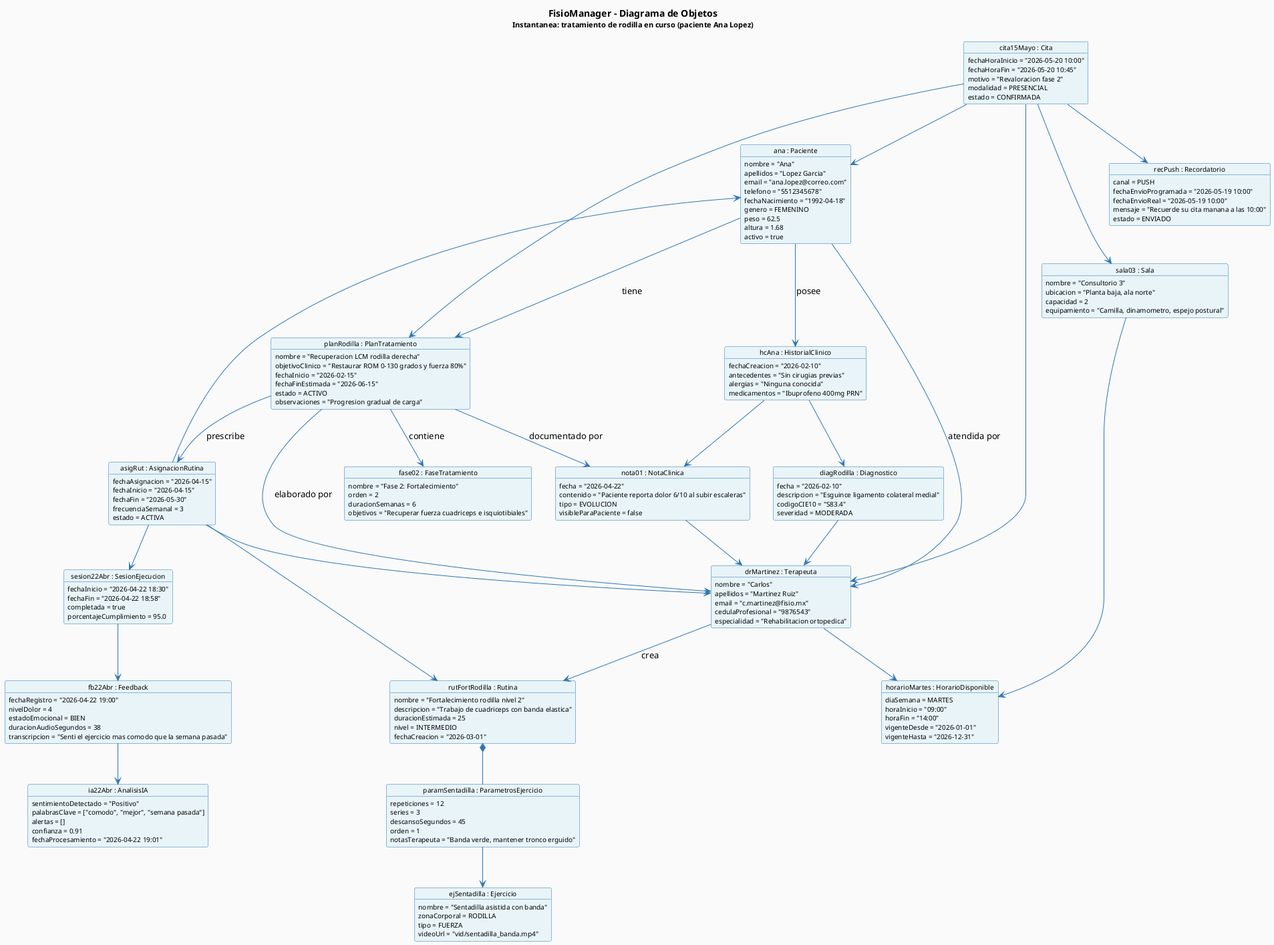
Earlier version of the PlantUML export proyFisioManager/ModAnalisis/figuras/FisioManager_DiagramaObjetos.png (xiomj29/FisioManager-doc). Source of this version:
```plantuml
@startuml FisioManager_DiagramaObjetos


skinparam backgroundColor #FAFAFA
skinparam objectBackgroundColor #E8F4F8
skinparam objectBorderColor #2E75B6
skinparam objectArrowColor #2E75B6
skinparam objectFontName Arial
skinparam objectFontSize 11
skinparam objectAttributeFontSize 10

title <b>FisioManager - Diagrama de Objetos</b>\n<size:11>Instantanea: tratamiento de rodilla en curso (paciente Ana Lopez)</size>


object "ana : Paciente" as ana {
    nombre = "Ana"
    apellidos = "Lopez Garcia"
    email = "ana.lopez@correo.com"
    telefono = "5512345678"
    fechaNacimiento = "1992-04-18"
    genero = FEMENINO
    peso = 62.5
    altura = 1.68
    activo = true
}

object "drMartinez : Terapeuta" as ter {
    nombre = "Carlos"
    apellidos = "Martinez Ruiz"
    email = "c.martinez@fisio.mx"
    cedulaProfesional = "9876543"
    especialidad = "Rehabilitacion ortopedica"
}


object "hcAna : HistorialClinico" as hc {
    fechaCreacion = "2026-02-10"
    antecedentes = "Sin cirugias previas"
    alergias = "Ninguna conocida"
    medicamentos = "Ibuprofeno 400mg PRN"
}

object "diagRodilla : Diagnostico" as diag {
    fecha = "2026-02-10"
    descripcion = "Esguince ligamento colateral medial"
    codigoCIE10 = "S83.4"
    severidad = MODERADA
}

object "nota01 : NotaClinica" as nota1 {
    fecha = "2026-04-22"
    contenido = "Paciente reporta dolor 6/10 al subir escaleras"
    tipo = EVOLUCION
    visibleParaPaciente = false
}

object "planRodilla : PlanTratamiento" as plan {
    nombre = "Recuperacion LCM rodilla derecha"
    objetivoClinico = "Restaurar ROM 0-130 grados y fuerza 80%"
    fechaInicio = "2026-02-15"
    fechaFinEstimada = "2026-06-15"
    estado = ACTIVO
    observaciones = "Progresion gradual de carga"
}

object "fase02 : FaseTratamiento" as fase {
    nombre = "Fase 2: Fortalecimiento"
    orden = 2
    duracionSemanas = 6
    objetivos = "Recuperar fuerza cuadriceps e isquiotibiales"
}


object "cita15Mayo : Cita" as cita {
    fechaHoraInicio = "2026-05-20 10:00"
    fechaHoraFin = "2026-05-20 10:45"
    motivo = "Revaloracion fase 2"
    modalidad = PRESENCIAL
    estado = CONFIRMADA
}

object "sala03 : Sala" as sala {
    nombre = "Consultorio 3"
    ubicacion = "Planta baja, ala norte"
    capacidad = 2
    equipamiento = "Camilla, dinamometro, espejo postural"
}

object "horarioMartes : HorarioDisponible" as horario {
    diaSemana = MARTES
    horaInicio = "09:00"
    horaFin = "14:00"
    vigenteDesde = "2026-01-01"
    vigenteHasta = "2026-12-31"
}

object "recPush : Recordatorio" as rec {
    canal = PUSH
    fechaEnvioProgramada = "2026-05-19 10:00"
    fechaEnvioReal = "2026-05-19 10:00"
    mensaje = "Recuerde su cita manana a las 10:00"
    estado = ENVIADO
}


object "rutFortRodilla : Rutina" as rut {
    nombre = "Fortalecimiento rodilla nivel 2"
    descripcion = "Trabajo de cuadriceps con banda elastica"
    duracionEstimada = 25
    nivel = INTERMEDIO
    fechaCreacion = "2026-03-01"
}

object "ejSentadilla : Ejercicio" as ej {
    nombre = "Sentadilla asistida con banda"
    zonaCorporal = RODILLA
    tipo = FUERZA
    videoUrl = "vid/sentadilla_banda.mp4"
}

object "paramSentadilla : ParametrosEjercicio" as param {
    repeticiones = 12
    series = 3
    descansoSegundos = 45
    orden = 1
    notasTerapeuta = "Banda verde, mantener tronco erguido"
}

object "asigRut : AsignacionRutina" as asig {
    fechaAsignacion = "2026-04-15"
    fechaInicio = "2026-04-15"
    fechaFin = "2026-05-30"
    frecuenciaSemanal = 3
    estado = ACTIVA
}


object "sesion22Abr : SesionEjecucion" as ses {
    fechaInicio = "2026-04-22 18:30"
    fechaFin = "2026-04-22 18:58"
    completada = true
    porcentajeCumplimiento = 95.0
}

object "fb22Abr : Feedback" as fb {
    fechaRegistro = "2026-04-22 19:00"
    nivelDolor = 4
    estadoEmocional = BIEN
    duracionAudioSegundos = 38
    transcripcion = "Senti el ejercicio mas comodo que la semana pasada"
}

object "ia22Abr : AnalisisIA" as ia {
    sentimientoDetectado = "Positivo"
    palabrasClave = ["comodo", "mejor", "semana pasada"]
    alertas = []
    confianza = 0.91
    fechaProcesamiento = "2026-04-22 19:01"
}


ana --> ter : atendida por
ana --> hc : posee
hc --> diag
hc --> nota1
diag --> ter
nota1 --> ter

ana --> plan : tiene
plan --> ter : elaborado por
plan --> fase : contiene
plan --> nota1 : documentado por
plan --> asig : prescribe

cita --> ana
cita --> ter
cita --> sala
cita --> rec
cita --> plan
ter --> horario
sala --> horario

ter --> rut : crea
rut *-- param
param --> ej

asig --> rut
asig --> ana
asig --> ter
asig --> ses
ses --> fb
fb --> ia

@enduml
```
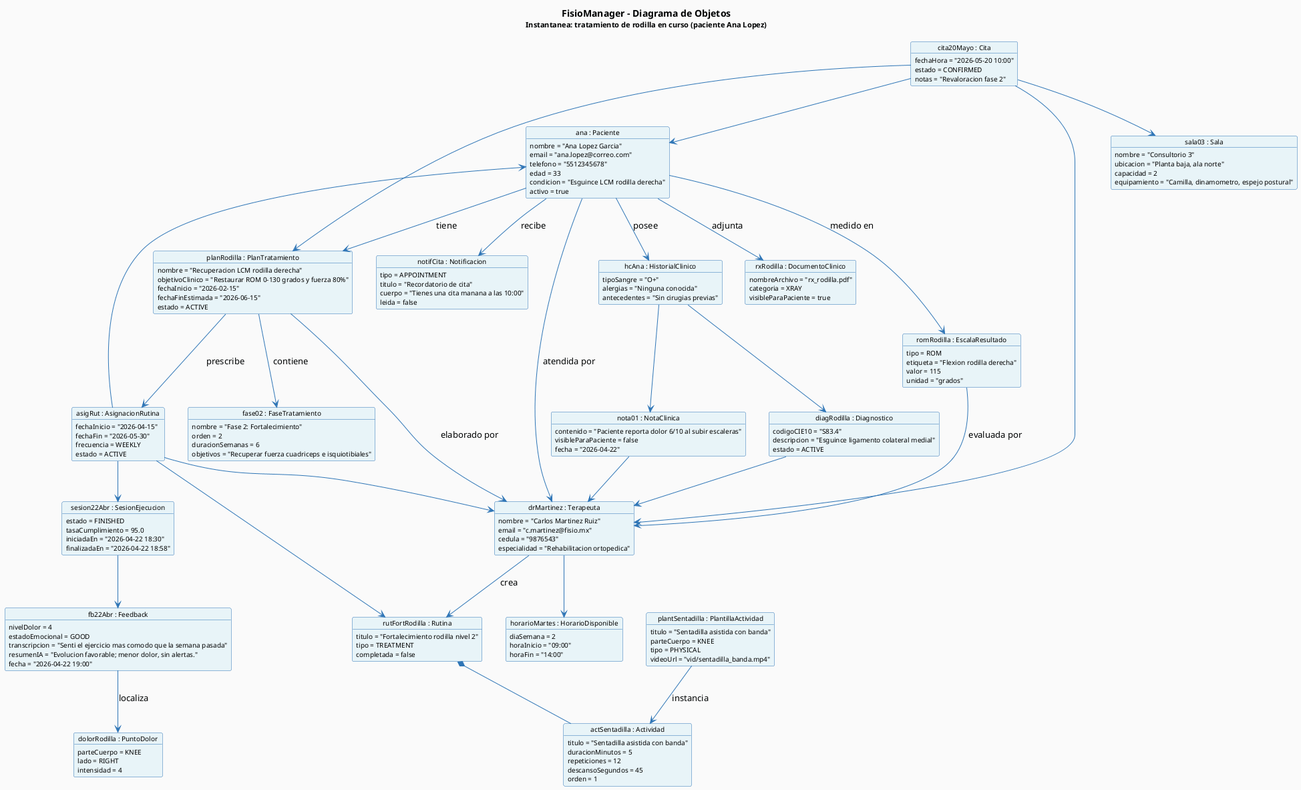
After the commit.

What changed in the source:
```diff
@@ -13,45 +13,44 @@
 
 
 object "ana : Paciente" as ana {
-    nombre = "Ana"
-    apellidos = "Lopez Garcia"
+    nombre = "Ana Lopez Garcia"
     email = "ana.lopez@correo.com"
     telefono = "5512345678"
-    fechaNacimiento = "1992-04-18"
-    genero = FEMENINO
-    peso = 62.5
-    altura = 1.68
+    edad = 33
+    condicion = "Esguince LCM rodilla derecha"
     activo = true
 }
 
 object "drMartinez : Terapeuta" as ter {
-    nombre = "Carlos"
-    apellidos = "Martinez Ruiz"
+    nombre = "Carlos Martinez Ruiz"
     email = "c.martinez@fisio.mx"
-    cedulaProfesional = "9876543"
+    cedula = "9876543"
     especialidad = "Rehabilitacion ortopedica"
 }
 
 
 object "hcAna : HistorialClinico" as hc {
-    fechaCreacion = "2026-02-10"
+    tipoSangre = "O+"
+    alergias = "Ninguna conocida"
     antecedentes = "Sin cirugias previas"
-    alergias = "Ninguna conocida"
-    medicamentos = "Ibuprofeno 400mg PRN"
 }
 
 object "diagRodilla : Diagnostico" as diag {
-    fecha = "2026-02-10"
+    codigoCIE10 = "S83.4"
     descripcion = "Esguince ligamento colateral medial"
-    codigoCIE10 = "S83.4"
-    severidad = MODERADA
+    estado = ACTIVE
 }
 
 object "nota01 : NotaClinica" as nota1 {
+    contenido = "Paciente reporta dolor 6/10 al subir escaleras"
+    visibleParaPaciente = false
     fecha = "2026-04-22"
-    contenido = "Paciente reporta dolor 6/10 al subir escaleras"
-    tipo = EVOLUCION
-    visibleParaPaciente = false
+}
+
+object "rxRodilla : DocumentoClinico" as doc {
+    nombreArchivo = "rx_rodilla.pdf"
+    categoria = XRAY
+    visibleParaPaciente = true
 }
 
 object "planRodilla : PlanTratamiento" as plan {
@@ -59,8 +58,7 @@
     objetivoClinico = "Restaurar ROM 0-130 grados y fuerza 80%"
     fechaInicio = "2026-02-15"
     fechaFinEstimada = "2026-06-15"
-    estado = ACTIVO
-    observaciones = "Progresion gradual de carga"
+    estado = ACTIVE
 }
 
 object "fase02 : FaseTratamiento" as fase {
@@ -71,12 +69,10 @@
 }
 
 
-object "cita15Mayo : Cita" as cita {
-    fechaHoraInicio = "2026-05-20 10:00"
-    fechaHoraFin = "2026-05-20 10:45"
-    motivo = "Revaloracion fase 2"
-    modalidad = PRESENCIAL
-    estado = CONFIRMADA
+object "cita20Mayo : Cita" as cita {
+    fechaHora = "2026-05-20 10:00"
+    estado = CONFIRMED
+    notas = "Revaloracion fase 2"
 }
 
 object "sala03 : Sala" as sala {
@@ -87,75 +83,74 @@
 }
 
 object "horarioMartes : HorarioDisponible" as horario {
-    diaSemana = MARTES
+    diaSemana = 2
     horaInicio = "09:00"
     horaFin = "14:00"
-    vigenteDesde = "2026-01-01"
-    vigenteHasta = "2026-12-31"
 }
 
-object "recPush : Recordatorio" as rec {
-    canal = PUSH
-    fechaEnvioProgramada = "2026-05-19 10:00"
-    fechaEnvioReal = "2026-05-19 10:00"
-    mensaje = "Recuerde su cita manana a las 10:00"
-    estado = ENVIADO
+object "notifCita : Notificacion" as notif {
+    tipo = APPOINTMENT
+    titulo = "Recordatorio de cita"
+    cuerpo = "Tienes una cita manana a las 10:00"
+    leida = false
 }
 
 
 object "rutFortRodilla : Rutina" as rut {
-    nombre = "Fortalecimiento rodilla nivel 2"
-    descripcion = "Trabajo de cuadriceps con banda elastica"
-    duracionEstimada = 25
-    nivel = INTERMEDIO
-    fechaCreacion = "2026-03-01"
+    titulo = "Fortalecimiento rodilla nivel 2"
+    tipo = TREATMENT
+    completada = false
 }
 
-object "ejSentadilla : Ejercicio" as ej {
-    nombre = "Sentadilla asistida con banda"
-    zonaCorporal = RODILLA
-    tipo = FUERZA
+object "plantSentadilla : PlantillaActividad" as plant {
+    titulo = "Sentadilla asistida con banda"
+    parteCuerpo = KNEE
+    tipo = PHYSICAL
     videoUrl = "vid/sentadilla_banda.mp4"
 }
 
-object "paramSentadilla : ParametrosEjercicio" as param {
+object "actSentadilla : Actividad" as act {
+    titulo = "Sentadilla asistida con banda"
+    duracionMinutos = 5
     repeticiones = 12
-    series = 3
     descansoSegundos = 45
     orden = 1
-    notasTerapeuta = "Banda verde, mantener tronco erguido"
 }
 
 object "asigRut : AsignacionRutina" as asig {
-    fechaAsignacion = "2026-04-15"
     fechaInicio = "2026-04-15"
     fechaFin = "2026-05-30"
-    frecuenciaSemanal = 3
-    estado = ACTIVA
+    frecuencia = WEEKLY
+    estado = ACTIVE
 }
 
 
 object "sesion22Abr : SesionEjecucion" as ses {
-    fechaInicio = "2026-04-22 18:30"
-    fechaFin = "2026-04-22 18:58"
-    completada = true
-    porcentajeCumplimiento = 95.0
+    estado = FINISHED
+    tasaCumplimiento = 95.0
+    iniciadaEn = "2026-04-22 18:30"
+    finalizadaEn = "2026-04-22 18:58"
 }
 
 object "fb22Abr : Feedback" as fb {
-    fechaRegistro = "2026-04-22 19:00"
     nivelDolor = 4
-    estadoEmocional = BIEN
-    duracionAudioSegundos = 38
+    estadoEmocional = GOOD
     transcripcion = "Senti el ejercicio mas comodo que la semana pasada"
+    resumenIA = "Evolucion favorable; menor dolor, sin alertas."
+    fecha = "2026-04-22 19:00"
 }
 
-object "ia22Abr : AnalisisIA" as ia {
-    sentimientoDetectado = "Positivo"
-    palabrasClave = ["comodo", "mejor", "semana pasada"]
-    alertas = []
-    confianza = 0.91
-    fechaProcesamiento = "2026-04-22 19:01"
+object "dolorRodilla : PuntoDolor" as dolor {
+    parteCuerpo = KNEE
+    lado = RIGHT
+    intensidad = 4
+}
+
+object "romRodilla : EscalaResultado" as escala {
+    tipo = ROM
+    etiqueta = "Flexion rodilla derecha"
+    valor = 115
+    unidad = "grados"
 }
 
 
@@ -163,32 +158,32 @@
 ana --> hc : posee
 hc --> diag
 hc --> nota1
+ana --> doc : adjunta
 diag --> ter
 nota1 --> ter
 
 ana --> plan : tiene
 plan --> ter : elaborado por
 plan --> fase : contiene
-plan --> nota1 : documentado por
 plan --> asig : prescribe
 
 cita --> ana
 cita --> ter
 cita --> sala
-cita --> rec
 cita --> plan
 ter --> horario
-sala --> horario
+ana --> notif : recibe
 
 ter --> rut : crea
-rut *-- param
-param --> ej
-
+plant --> act : instancia
+rut *-- act
 asig --> rut
 asig --> ana
 asig --> ter
 asig --> ses
 ses --> fb
-fb --> ia
+fb --> dolor : localiza
+ana --> escala : medido en
+escala --> ter : evaluada por
 
 @enduml
```
